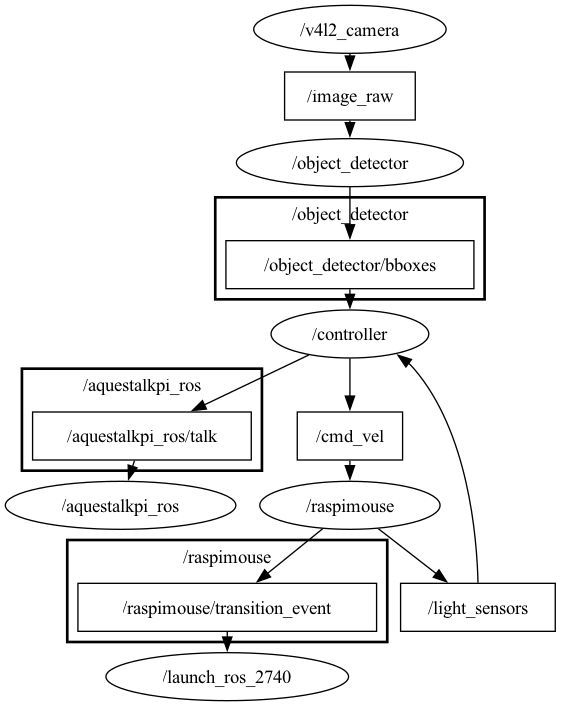
Earlier version of the Graphviz export rosgraph_tb.png (eyr1n/robotexp_group3_ws). Its source is kept beside it as rosgraph_tb.dot.
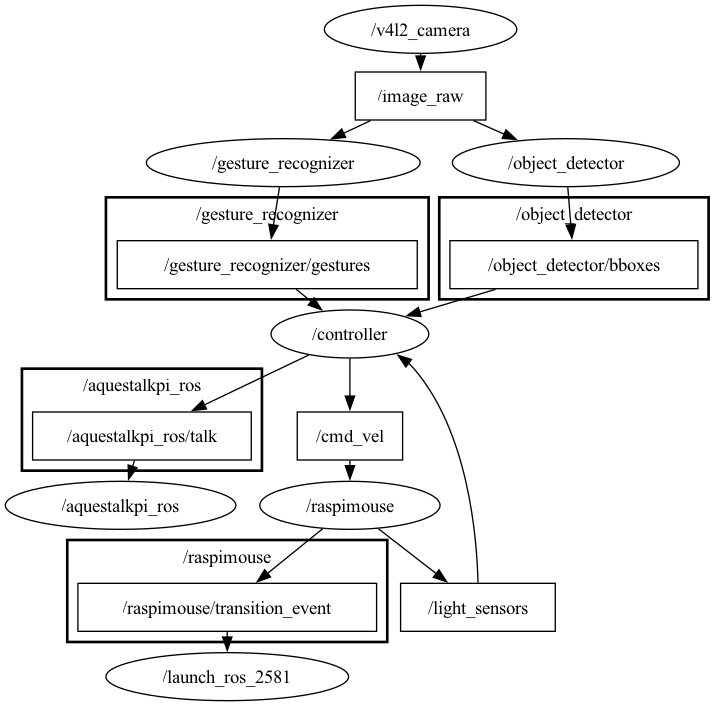
The same diagram one commit later.

What changed in the source:
```diff
@@ -1,17 +1,57 @@
 digraph graphname {
-	graph [bb="0,0,1583.7,170.99",
+	graph [bb="0,0,1657.8,201",
 		compound=True,
 		rank=same,
 		rankdir=TB,
 		ranksep=0.2
 	];
 	node [label="\N"];
+	subgraph cluster___gesture_recognizer {
+		graph [bb="483.67,118,724.67,193",
+			compound=True,
+			label="/gesture_recognizer",
+			lheight=0.21,
+			lp="604.17,181.5",
+			lwidth=1.97,
+			rank=same,
+			rankdir=LR,
+			ranksep=0.2,
+			style=bold
+		];
+		t___gesture_recognizer__gestures	[URL=topic_3A__gesture_recognizer__gestures,
+			height=0.5,
+			label="/gesture_recognizer/gestures",
+			pos="604.17,144",
+			shape=box,
+			tooltip="topic:/gesture_recognizer/gestures",
+			width=3.125];
+	}
+	subgraph cluster___aquestalkpi_ros {
+		graph [bb="858.96,62,1039,137",
+			compound=True,
+			label="/aquestalkpi_ros",
+			lheight=0.21,
+			lp="948.96,125.5",
+			lwidth=1.62,
+			rank=same,
+			rankdir=LR,
+			ranksep=0.2,
+			style=bold
+		];
+		t___aquestalkpi_ros__talk	[URL=topic_3A__aquestalkpi_ros__talk,
+			height=0.5,
+			label="/aquestalkpi_ros/talk",
+			pos="948.96,88",
+			shape=box,
+			tooltip="topic:/aquestalkpi_ros/talk",
+			width=2.2778];
+	}
 	subgraph cluster___object_detector {
-		graph [bb="448.57,62,650.57,137",
+		graph [bb="503.17,35,705.17,110",
 			compound=True,
 			label="/object_detector",
 			lheight=0.21,
-			lp="549.57,125.5",
+			lp="604.17,98.5",
 			lwidth=1.60,
 			rank=same,
 			rankdir=LR,
@@ -21,17 +61,17 @@
 		t___object_detector__bboxes	[URL=topic_3A__object_detector__bboxes,
 			height=0.5,
 			label="/object_detector/bboxes",
-			pos="549.57,88",
+			pos="604.17,61",
 			shape=box,
 			tooltip="topic:/object_detector/bboxes",
 			width=2.5833];
 	}
 	subgraph cluster___raspimouse {
-		graph [bb="1153.7,8,1393.7,83",
+		graph [bb="1227.8,8,1467.8,83",
 			compound=True,
 			label="/raspimouse",
 			lheight=0.21,
-			lp="1273.7,71.5",
+			lp="1347.8,71.5",
 			lwidth=1.22,
 			rank=same,
 			rankdir=LR,
@@ -41,128 +81,124 @@
 		t___raspimouse__transition_event	[URL=topic_3A__raspimouse__transition_event,
 			height=0.5,
 			label="/raspimouse/transition_event",
-			pos="1273.7,34",
+			pos="1347.8,34",
 			shape=box,
 			tooltip="topic:/raspimouse/transition_event",
 			width=3.1111];
 	}
-	subgraph cluster___aquestalkpi_ros {
-		graph [bb="784.86,62,964.86,137",
-			compound=True,
-			label="/aquestalkpi_ros",
-			lheight=0.21,
-			lp="874.86,125.5",
-			lwidth=1.62,
-			rank=same,
-			rankdir=LR,
-			ranksep=0.2,
-			style=bold
-		];
-		t___aquestalkpi_ros__talk	[URL=topic_3A__aquestalkpi_ros__talk,
-			height=0.5,
-			label="/aquestalkpi_ros/talk",
-			pos="874.86,88",
-			shape=box,
-			tooltip="topic:/aquestalkpi_ros/talk",
-			width=2.2778];
-	}
 	n___controller	[URL=__controller,
 		height=0.5,
 		label="/controller",
-		pos="717.72,88",
+		pos="791.81,88",
 		shape=ellipse,
 		tooltip="/controller",
 		width=1.6429];
-	t___object_detector__bboxes -> n___controller	[edgetooltip="Subscription\nnode_name: /controller\ntopic_name: /object_detector/bboxes\nQoS settings\n- reliability: reliable\n- durability: volatile\n- lifespan: 9223372036854775807 ns\n- deadline: 9223372036854775807 ns\n- liveliness: automatic\n- liveliness_lease_duration: 9223372036854775807 ns\n- avoid_ros_namespace_conventions: False",
+	t___gesture_recognizer__gestures -> n___controller	[edgetooltip="Subscription\nnode_name: /controller\ntopic_name: /gesture_recognizer/gestures\nQoS settings\n- reliability: reliable\n- durability: volatile\n- lifespan: 9223372036854775807 ns\n- deadline: 9223372036854775807 ns\n- liveliness: automatic\n- liveliness_lease_duration: 9223372036854775807 ns\n- avoid_ros_namespace_conventions: False",
 		penwidth=1,
-		pos="e,658.33,88 642.88,88 644.67,88 646.46,88 648.25,88"];
-	n___launch_ros_2740	[URL=__launch_ros_2740,
-		height=0.5,
-		label="/launch_ros_2740",
-		pos="1492.7,34",
-		shape=ellipse,
-		tooltip="/launch_ros_2740",
-		width=2.5276];
-	t___raspimouse__transition_event -> n___launch_ros_2740	[edgetooltip="Subscription\nnode_name: /launch_ros_2740\ntopic_name: /raspimouse/transition_event\nQoS settings\n- reliability: reliable\n- durability: volatile\n- lifespan: 9223372036854775807 ns\n- deadline: 9223372036854775807 ns\n- liveliness: automatic\n- liveliness_lease_duration: 9223372036854775807 ns\n- avoid_ros_namespace_conventions: False",
-		penwidth=1,
-		pos="e,1401.7,34 1385.8,34 1387.6,34 1389.4,34 1391.3,34"];
+		pos="e,756.44,102.48 683.04,125.99 696.99,122.33 711.33,118.28 724.67,114 731.86,111.7 739.39,109.01 746.69,106.25"];
 	n___aquestalkpi_ros	[URL=__aquestalkpi_ros,
 		height=0.5,
 		label="/aquestalkpi_ros",
-		pos="1059.3,88",
+		pos="1133.4,88",
 		shape=ellipse,
 		tooltip="/aquestalkpi_ros",
 		width=2.4012];
 	t___aquestalkpi_ros__talk -> n___aquestalkpi_ros	[edgetooltip="Subscription\nnode_name: /aquestalkpi_ros\ntopic_name: /aquestalkpi_ros/talk\nQoS settings\n- reliability: reliable\n- durability: volatile\n- lifespan: 9223372036854775807 ns\n- deadline: 9223372036854775807 ns\n- liveliness: automatic\n- liveliness_lease_duration: 9223372036854775807 ns\n- avoid_ros_namespace_conventions: False",
 		penwidth=1,
-		pos="e,972.71,88 956.95,88 958.75,88 960.55,88 962.36,88"];
-	t___light_sensors	[URL=topic_3A__light_sensors,
+		pos="e,1046.8,88 1031,88 1032.8,88 1034.6,88 1036.5,88"];
+	t___object_detector__bboxes -> n___controller	[edgetooltip="Subscription\nnode_name: /controller\ntopic_name: /object_detector/bboxes\nQoS settings\n- reliability: reliable\n- durability: volatile\n- lifespan: 9223372036854775807 ns\n- deadline: 9223372036854775807 ns\n- liveliness: automatic\n- liveliness_lease_duration: 9223372036854775807 ns\n- avoid_ros_namespace_conventions: False",
+		penwidth=1,
+		pos="e,738.09,80.332 697.18,74.381 707.6,75.897 718.03,77.415 727.95,78.858"];
+	n___launch_ros_2581	[URL=__launch_ros_2581,
 		height=0.5,
-		label="/light_sensors",
-		pos="1273.7,132",
-		shape=box,
-		tooltip="topic:/light_sensors",
-		width=1.6111];
-	t___light_sensors -> n___controller	[edgetooltip="Subscription\nnode_name: /controller\ntopic_name: /light_sensors\nQoS settings\n- reliability: reliable\n- durability: volatile\n- lifespan: 9223372036854775807 ns\n- deadline: 9223372036854775807 ns\n- liveliness: automatic\n- liveliness_lease_duration: 9223372036854775807 ns\n- avoid_ros_namespace_conventions: False",
+		label="/launch_ros_2581",
+		pos="1566.8,34",
+		shape=ellipse,
+		tooltip="/launch_ros_2581",
+		width=2.5276];
+	t___raspimouse__transition_event -> n___launch_ros_2581	[edgetooltip="Subscription\nnode_name: /launch_ros_2581\ntopic_name: /raspimouse/transition_event\nQoS settings\n- reliability: reliable\n- durability: volatile\n- lifespan: 9223372036854775807 ns\n- deadline: 9223372036854775807 ns\n- liveliness: automatic\n- liveliness_lease_duration: 9223372036854775807 ns\n- avoid_ros_namespace_conventions: False",
 		penwidth=1,
-		pos="e,734.14,105.53 1215.5,145.6 1122.2,165.03 932.93,193 784.86,141 768.46,135.24 753.11,123.51 741.34,112.55"];
+		pos="e,1475.8,34 1459.9,34 1461.7,34 1463.5,34 1465.4,34"];
 	t___cmd_vel	[URL=topic_3A__cmd_vel,
 		height=0.5,
 		label="/cmd_vel",
-		pos="874.86,34",
+		pos="948.96,34",
 		shape=box,
 		tooltip="topic:/cmd_vel",
 		width=1.0972];
 	n___raspimouse	[URL=__raspimouse,
 		height=0.5,
 		label="/raspimouse",
-		pos="1059.3,34",
+		pos="1133.4,34",
 		shape=ellipse,
 		tooltip="/raspimouse",
 		width=1.8776];
 	t___cmd_vel -> n___raspimouse	[edgetooltip="Subscription\nnode_name: /raspimouse\ntopic_name: /cmd_vel\nQoS settings\n- reliability: reliable\n- durability: volatile\n- lifespan: 9223372036854775807 ns\n- deadline: 9223372036854775807 ns\n- liveliness: automatic\n- liveliness_lease_duration: 9223372036854775807 ns\n- avoid_ros_namespace_conventions: False",
 		penwidth=1,
-		pos="e,991.65,34 914.55,34 934.05,34 958.41,34 981.5,34"];
+		pos="e,1065.7,34 988.65,34 1008.1,34 1032.5,34 1055.6,34"];
 	t___image_raw	[URL=topic_3A__image_raw,
 		height=0.5,
 		label="/image_raw",
-		pos="207.29,88",
+		pos="207.29,102",
 		shape=box,
 		tooltip="topic:/image_raw",
 		width=1.3611];
+	n___gesture_recognizer	[URL=__gesture_recognizer,
+		height=0.5,
+		label="/gesture_recognizer",
+		pos="372.98,136",
+		shape=ellipse,
+		tooltip="/gesture_recognizer",
+		width=2.8525];
+	t___image_raw -> n___gesture_recognizer	[edgetooltip="Subscription\nnode_name: /gesture_recognizer\ntopic_name: /image_raw\nQoS settings\n- reliability: reliable\n- durability: volatile\n- lifespan: 9223372036854775807 ns\n- deadline: 9223372036854775807 ns\n- liveliness: automatic\n- liveliness_lease_duration: 9223372036854775807 ns\n- avoid_ros_namespace_conventions: False",
+		penwidth=1,
+		pos="e,305.9,122.28 256.51,112.02 268.84,114.58 282.39,117.39 295.75,120.17"];
 	n___object_detector	[URL=__object_detector,
 		height=0.5,
 		label="/object_detector",
-		pos="355.43,88",
+		pos="372.98,75",
 		shape=ellipse,
 		tooltip="/object_detector",
 		width=2.3651];
 	t___image_raw -> n___object_detector	[edgetooltip="Subscription\nnode_name: /object_detector\ntopic_name: /image_raw\nQoS settings\n- reliability: reliable\n- durability: volatile\n- lifespan: 9223372036854775807 ns\n- deadline: 9223372036854775807 ns\n- liveliness: automatic\n- liveliness_lease_duration: 9223372036854775807 ns\n- avoid_ros_namespace_conventions: False",
 		penwidth=1,
-		pos="e,270.1,88 256.54,88 257.65,88 258.76,88 259.87,88"];
+		pos="e,305.3,85.999 256.51,94.045 268.69,92.037 282.06,89.831 295.26,87.654"];
+	t___light_sensors	[URL=topic_3A__light_sensors,
+		height=0.5,
+		label="/light_sensors",
+		pos="1347.8,132",
+		shape=box,
+		tooltip="topic:/light_sensors",
+		width=1.6111];
+	t___light_sensors -> n___controller	[edgetooltip="Subscription\nnode_name: /controller\ntopic_name: /light_sensors\nQoS settings\n- reliability: reliable\n- durability: volatile\n- lifespan: 9223372036854775807 ns\n- deadline: 9223372036854775807 ns\n- liveliness: automatic\n- liveliness_lease_duration: 9223372036854775807 ns\n- avoid_ros_namespace_conventions: False",
+		penwidth=1,
+		pos="e,808.24,105.53 1289.6,145.6 1196.3,165.03 1007,193 858.96,141 842.56,135.24 827.21,123.51 815.43,112.55"];
+	n___raspimouse -> t___raspimouse__transition_event	[edgetooltip="Publisher\nnode_name: /raspimouse\ntopic_name: /raspimouse/transition_event\nQoS settings\n- reliability: reliable\n- durability: volatile\n- lifespan: 9223372036854775807 ns\n- deadline: 9223372036854775807 ns\n- liveliness: automatic\n- liveliness_lease_duration: 9223372036854775807 ns\n- avoid_ros_namespace_conventions: False",
+		penwidth=1,
+		pos="e,1235.7,34 1201,34 1208.9,34 1217.1,34 1225.5,34"];
+	n___raspimouse -> t___light_sensors	[edgetooltip="Publisher\nnode_name: /raspimouse\ntopic_name: /light_sensors\nQoS settings\n- reliability: reliable\n- durability: volatile\n- lifespan: 9223372036854775807 ns\n- deadline: 9223372036854775807 ns\n- liveliness: automatic\n- liveliness_lease_duration: 9223372036854775807 ns\n- avoid_ros_namespace_conventions: False",
+		penwidth=1,
+		pos="e,1289.6,121.62 1191.1,43.473 1201.7,47.436 1212,53.05 1219.8,61 1228.4,69.581 1219.6,78.186 1227.8,87 1241.7,101.81 1261,111.78 1280,118.49"];
+	n___gesture_recognizer -> t___gesture_recognizer__gestures	[edgetooltip="Publisher\nnode_name: /gesture_recognizer\ntopic_name: /gesture_recognizer/gestures\nQoS settings\n- reliability: reliable\n- durability: volatile\n- lifespan: 9223372036854775807 ns\n- deadline: 9223372036854775807 ns\n- liveliness: automatic\n- liveliness_lease_duration: 9223372036854775807 ns\n- avoid_ros_namespace_conventions: False",
+		penwidth=1,
+		pos="e,491.67,140.11 473.84,139.49 476.42,139.58 479.02,139.67 481.62,139.76"];
+	n___controller -> t___aquestalkpi_ros__talk	[edgetooltip="Publisher\nnode_name: /controller\ntopic_name: /aquestalkpi_ros/talk\nQoS settings\n- reliability: reliable\n- durability: volatile\n- lifespan: 9223372036854775807 ns\n- deadline: 9223372036854775807 ns\n- liveliness: automatic\n- liveliness_lease_duration: 9223372036854775807 ns\n- avoid_ros_namespace_conventions: False",
+		penwidth=1,
+		pos="e,866.77,88 851.03,88 852.8,88 854.59,88 856.38,88"];
+	n___controller -> t___cmd_vel	[edgetooltip="Publisher\nnode_name: /controller\ntopic_name: /cmd_vel\nQoS settings\n- reliability: reliable\n- durability: volatile\n- lifespan: 9223372036854775807 ns\n- deadline: 9223372036854775807 ns\n- liveliness: automatic\n- liveliness_lease_duration: 9223372036854775807 ns\n- avoid_ros_namespace_conventions: False",
+		penwidth=1,
+		pos="e,909.42,42.935 823.68,72.748 834.66,67.659 847.21,62.217 858.96,58 871.92,53.347 886.23,49.11 899.51,45.536"];
 	n___v4l2_camera	[URL=__v4l2_camera,
 		height=0.5,
 		label="/v4l2_camera",
-		pos="72.144,88",
+		pos="72.144,102",
 		shape=ellipse,
 		tooltip="/v4l2_camera",
 		width=2.004];
 	n___v4l2_camera -> t___image_raw	[edgetooltip="Publisher\nnode_name: /v4l2_camera\ntopic_name: /image_raw\nQoS settings\n- reliability: reliable\n- durability: volatile\n- lifespan: 9223372036854775807 ns\n- deadline: 9223372036854775807 ns\n- liveliness: automatic\n- liveliness_lease_duration: 9223372036854775807 ns\n- avoid_ros_namespace_conventions: False",
 		penwidth=1,
-		pos="e,157.94,88 144.39,88 145.54,88 146.68,88 147.82,88"];
-	n___controller -> t___aquestalkpi_ros__talk	[edgetooltip="Publisher\nnode_name: /controller\ntopic_name: /aquestalkpi_ros/talk\nQoS settings\n- reliability: reliable\n- durability: volatile\n- lifespan: 9223372036854775807 ns\n- deadline: 9223372036854775807 ns\n- liveliness: automatic\n- liveliness_lease_duration: 9223372036854775807 ns\n- avoid_ros_namespace_conventions: False",
-		penwidth=1,
-		pos="e,792.67,88 776.93,88 778.7,88 780.49,88 782.29,88"];
-	n___controller -> t___cmd_vel	[edgetooltip="Publisher\nnode_name: /controller\ntopic_name: /cmd_vel\nQoS settings\n- reliability: reliable\n- durability: volatile\n- lifespan: 9223372036854775807 ns\n- deadline: 9223372036854775807 ns\n- liveliness: automatic\n- liveliness_lease_duration: 9223372036854775807 ns\n- avoid_ros_namespace_conventions: False",
-		penwidth=1,
-		pos="e,835.33,42.935 749.58,72.748 760.56,67.659 773.11,62.217 784.86,58 797.82,53.347 812.13,49.11 825.41,45.536"];
+		pos="e,157.94,102 144.39,102 145.54,102 146.68,102 147.82,102"];
 	n___object_detector -> t___object_detector__bboxes	[edgetooltip="Publisher\nnode_name: /object_detector\ntopic_name: /object_detector/bboxes\nQoS settings\n- reliability: reliable\n- durability: volatile\n- lifespan: 9223372036854775807 ns\n- deadline: 9223372036854775807 ns\n- liveliness: automatic\n- liveliness_lease_duration: 9223372036854775807 ns\n- avoid_ros_namespace_conventions: False",
 		penwidth=1,
-		pos="e,456.52,88 440.71,88 442.51,88 444.32,88 446.13,88"];
-	n___raspimouse -> t___raspimouse__transition_event	[edgetooltip="Publisher\nnode_name: /raspimouse\ntopic_name: /raspimouse/transition_event\nQoS settings\n- reliability: reliable\n- durability: volatile\n- lifespan: 9223372036854775807 ns\n- deadline: 9223372036854775807 ns\n- liveliness: automatic\n- liveliness_lease_duration: 9223372036854775807 ns\n- avoid_ros_namespace_conventions: False",
-		penwidth=1,
-		pos="e,1161.6,34 1126.9,34 1134.8,34 1143,34 1151.4,34"];
-	n___raspimouse -> t___light_sensors	[edgetooltip="Publisher\nnode_name: /raspimouse\ntopic_name: /light_sensors\nQoS settings\n- reliability: reliable\n- durability: volatile\n- lifespan: 9223372036854775807 ns\n- deadline: 9223372036854775807 ns\n- liveliness: automatic\n- liveliness_lease_duration: 9223372036854775807 ns\n- avoid_ros_namespace_conventions: False",
-		penwidth=1,
-		pos="e,1215.5,121.62 1117,43.473 1127.6,47.436 1137.9,53.05 1145.7,61 1154.3,69.581 1145.5,78.186 1153.7,87 1167.6,101.81 1186.9,111.78 1205.9,118.49"];
+		pos="e,510.81,66.642 455.1,70.044 469.89,69.141 485.5,68.188 500.81,67.253"];
 }
```
